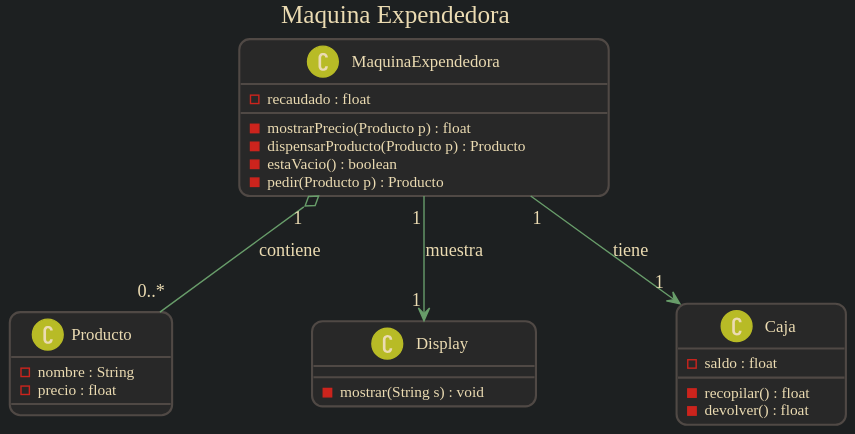
This is ENDE/Practicas/uml/generated/MaquinaExpendedora.svg from s1dam-azarquiel-2021/apuntes-y-practicas, a PlantUML export, as it was before one commit. Its diagram source:
```plantuml
@startuml
title Maquina Expendedora

!include plantuml-config.txt

class MaquinaExpendedora {
        - recaudado : float
        - mostrarPrecio(Producto p) : float
        - dispensarProducto(Producto p) : Producto
        - estaVacio() : boolean
        - pedir(Producto p) : Producto
}

class Producto {
        - nombre : String
        - precio : float
}

class Display {
        - mostrar(String s) : void
}

class Caja {
        - saldo : float
        - recopilar() : float
        - devolver() : float
}

skinparam Nodesep 100

MaquinaExpendedora "1" o-- "0..*" Producto : contiene
MaquinaExpendedora "1" --> "1" Display : muestra
MaquinaExpendedora "1" --> "1" Caja : tiene
@enduml
```
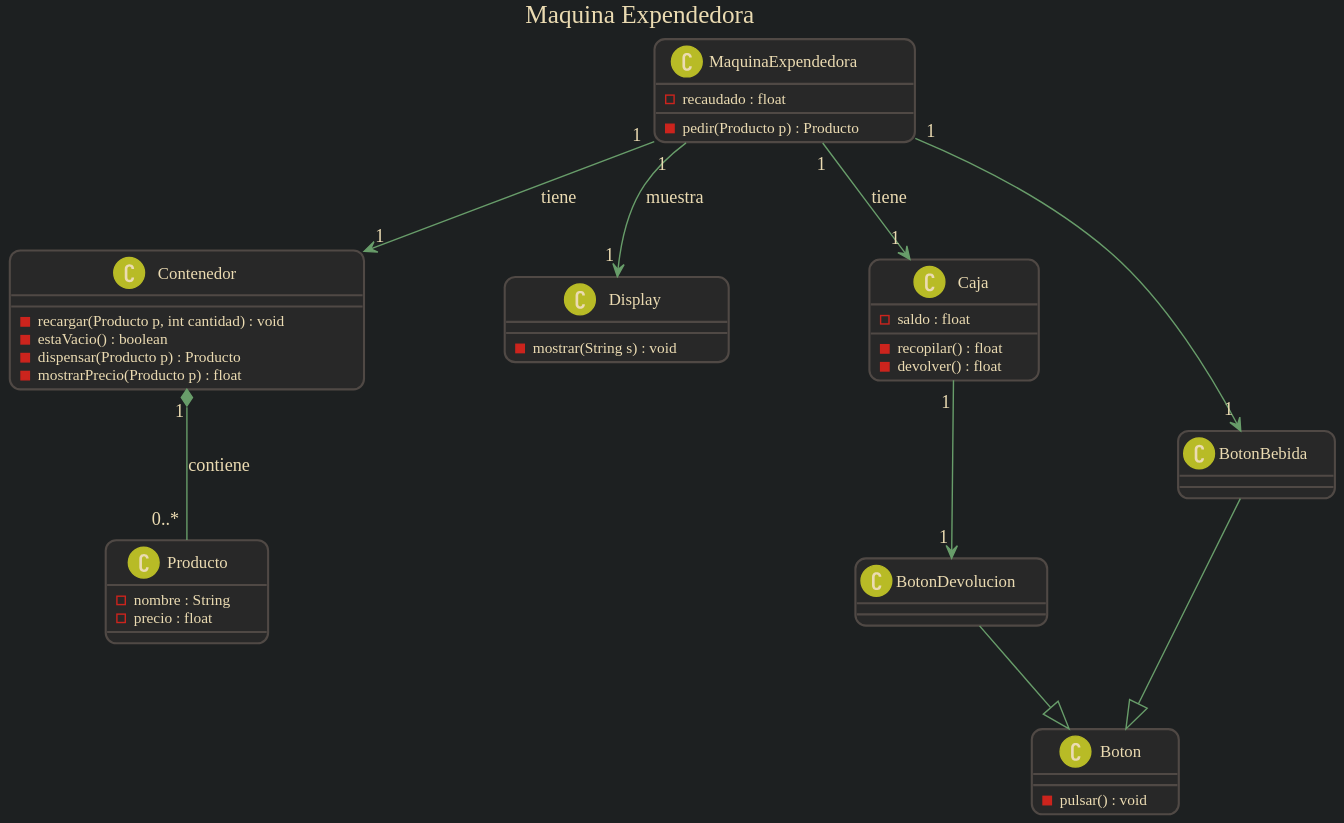
After the commit.

Commit message:
[add] Corrected Ej6 - uml - ENDE

Change to the diagram source:
```diff
@@ -5,10 +5,14 @@
 
 class MaquinaExpendedora {
         - recaudado : float
+        - pedir(Producto p) : Producto
+}
+
+class Contenedor {
+        - recargar(Producto p, int cantidad) : void
+        - estaVacio() : boolean
+        - dispensar(Producto p) : Producto
         - mostrarPrecio(Producto p) : float
-        - dispensarProducto(Producto p) : Producto
-        - estaVacio() : boolean
-        - pedir(Producto p) : Producto
 }
 
 class Producto {
@@ -26,9 +30,24 @@
         - devolver() : float
 }
 
+class Boton {
+        - pulsar() : void
+}
+
+class BotonDevolucion
+class BotonBebida
+
 skinparam Nodesep 100
 
-MaquinaExpendedora "1" o-- "0..*" Producto : contiene
+MaquinaExpendedora "1" --> "1" Contenedor : tiene
 MaquinaExpendedora "1" --> "1" Display : muestra
 MaquinaExpendedora "1" --> "1" Caja : tiene
+MaquinaExpendedora "1" --> "1" BotonBebida
+
+Contenedor "1" *-- "0..*" Producto : contiene
+
+Caja "1" --> "1" BotonDevolucion
+
+BotonDevolucion --|> Boton
+BotonBebida --|> Boton
 @enduml
```
